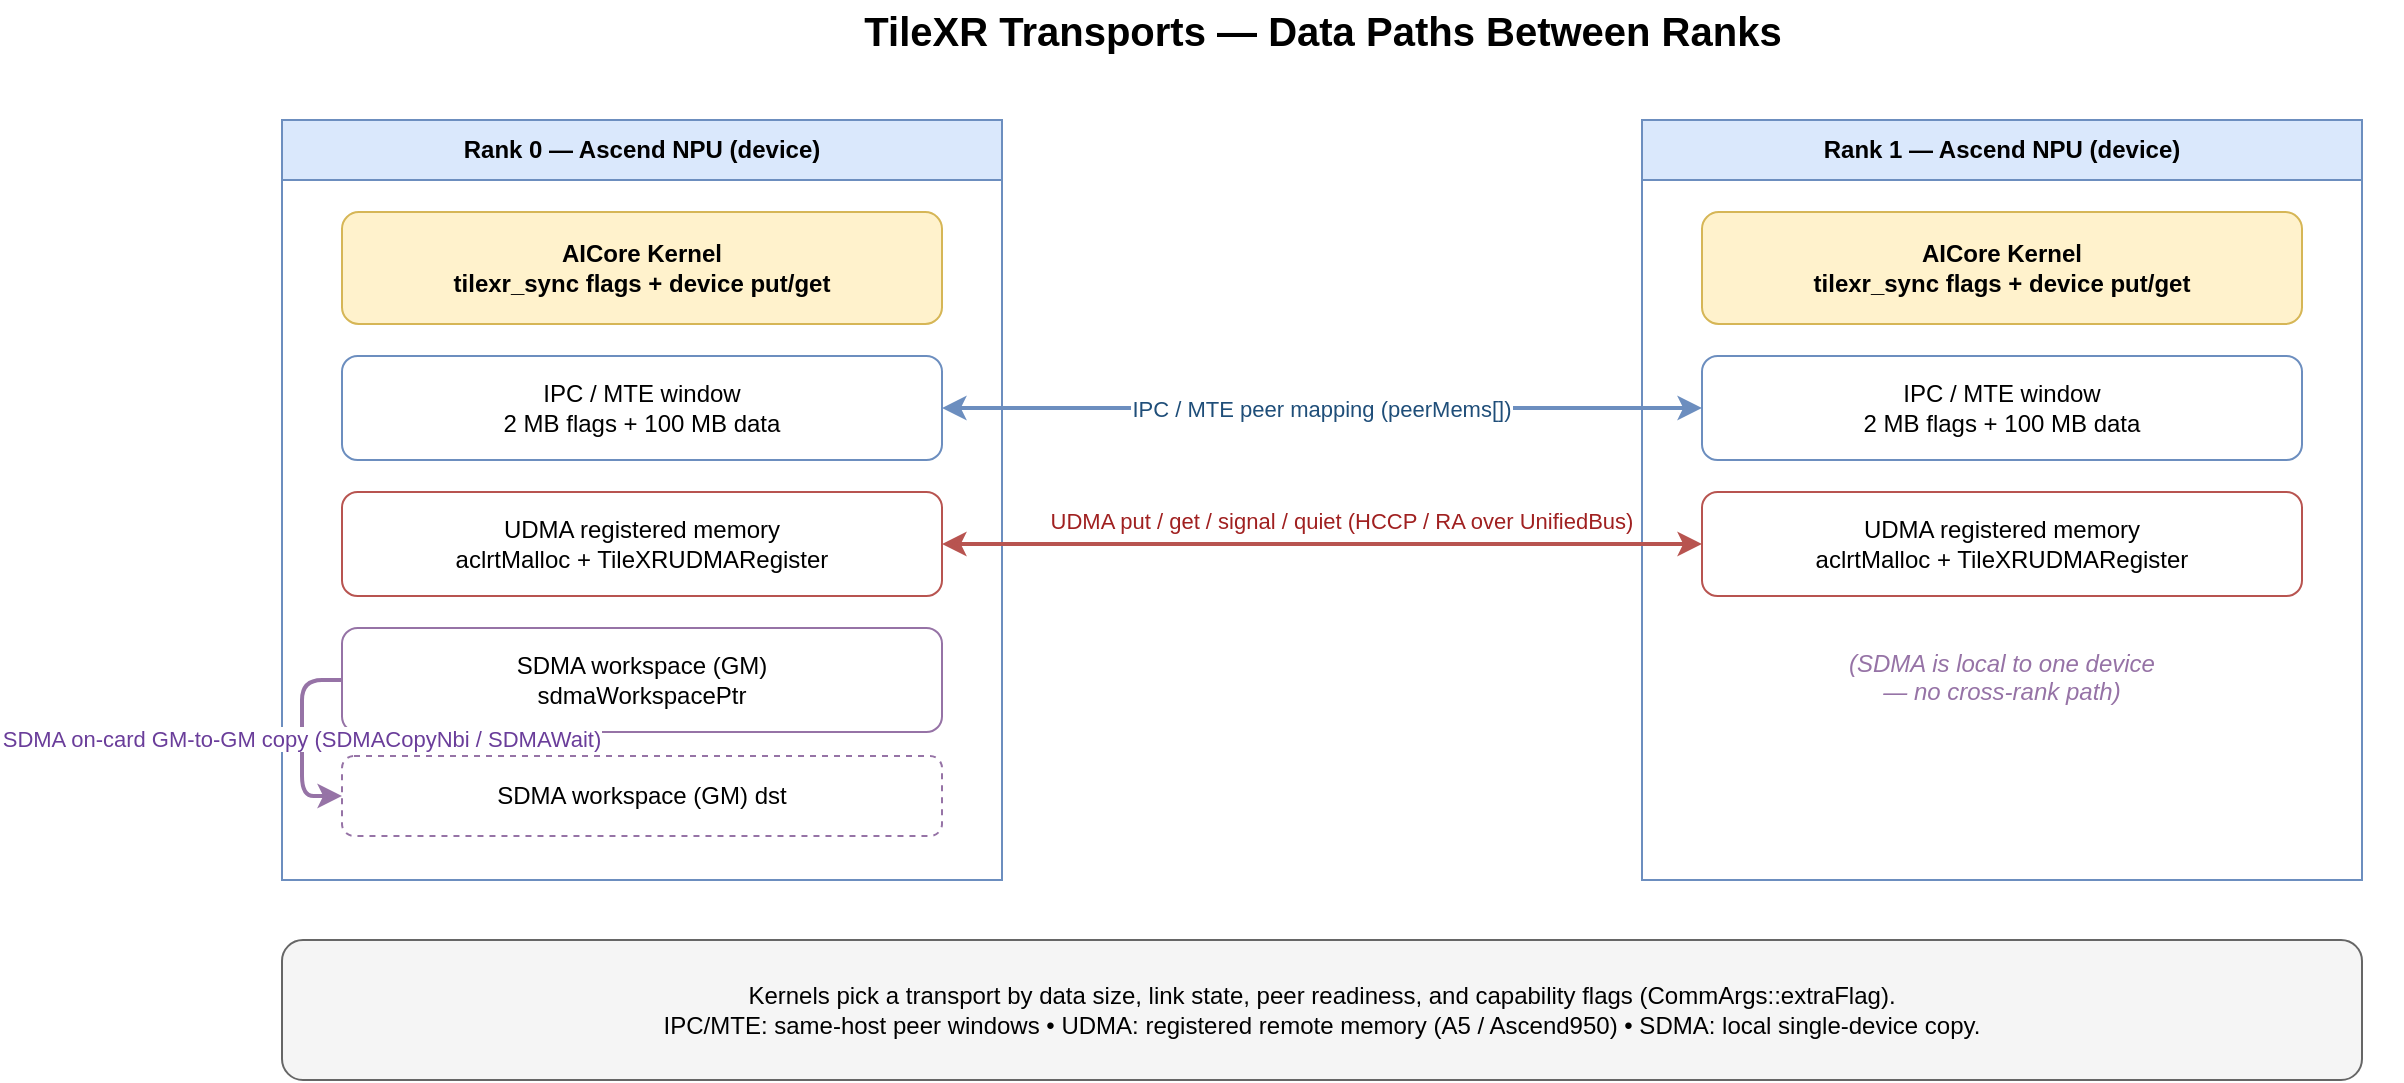
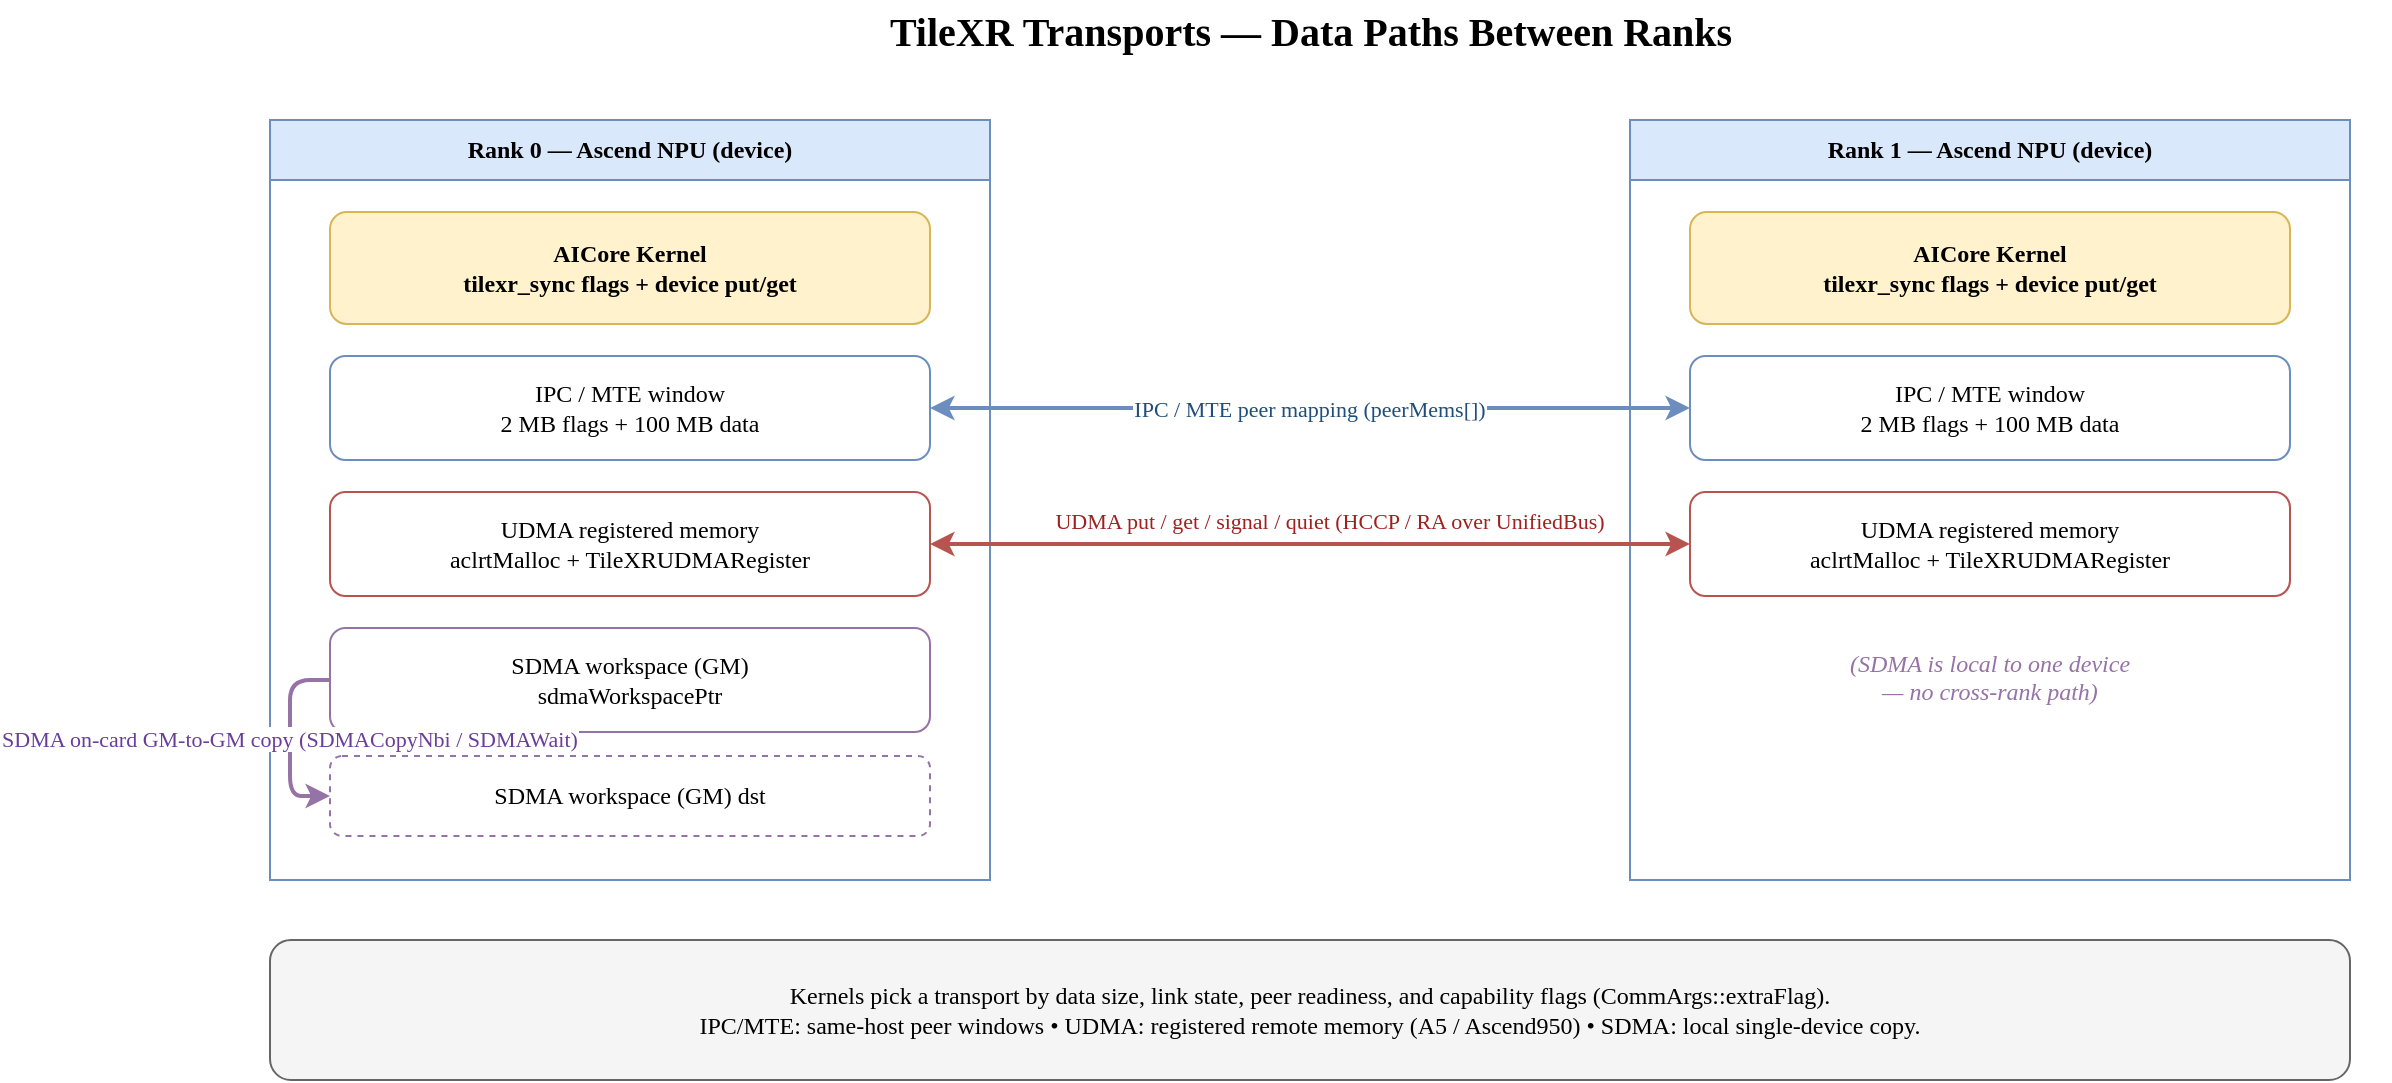
<mxfile host="Electron">
  <diagram id="LcsXoi0Xj4OfbS1yPQKF" name="第 1 页">
    <mxGraphModel dx="2228" dy="863" grid="1" gridSize="10" guides="1" tooltips="1" connect="1" arrows="1" fold="1" page="1" pageScale="1" pageWidth="1160" pageHeight="640" math="0" shadow="0">
      <root>
        <mxCell id="0" />
        <mxCell id="1" parent="0" />
-         <mxCell id="title" parent="1" style="text;html=1;align=center;verticalAlign=middle;fontSize=20;fontStyle=1;" value="TileXR Transports — Data Paths Between Ranks" vertex="1">
+         <mxCell id="title" parent="1" style="text;html=1;align=center;verticalAlign=middle;fontSize=20;fontStyle=1;fontFamily=Comic Sans MS;" value="TileXR Transports — Data Paths Between Ranks" vertex="1">
          <mxGeometry height="30" width="1080" x="40" y="10" as="geometry" />
        </mxCell>
-         <mxCell id="r0" parent="1" style="swimlane;startSize=30;fillColor=#dae8fc;strokeColor=#6c8ebf;fontStyle=1;whiteSpace=wrap;" value="Rank 0  —  Ascend NPU (device)" vertex="1">
+         <mxCell id="r0" parent="1" style="swimlane;startSize=30;fillColor=#dae8fc;strokeColor=#6c8ebf;fontStyle=1;whiteSpace=wrap;fontFamily=Comic Sans MS;" value="Rank 0  —  Ascend NPU (device)" vertex="1">
          <mxGeometry height="380" width="360" x="60" y="70" as="geometry" />
        </mxCell>
-         <mxCell id="r0k" parent="r0" style="rounded=1;whiteSpace=wrap;fillColor=#fff2cc;strokeColor=#d6b656;fontStyle=1;" value="AICore Kernel&#xa;tilexr_sync flags + device put/get" vertex="1">
+         <mxCell id="r0k" parent="r0" style="rounded=1;whiteSpace=wrap;fillColor=#fff2cc;strokeColor=#d6b656;fontStyle=1;fontFamily=Comic Sans MS;" value="AICore Kernel&#xa;tilexr_sync flags + device put/get" vertex="1">
          <mxGeometry height="56" width="300" x="30" y="46" as="geometry" />
        </mxCell>
-         <mxCell id="r0ipc" parent="r0" style="rounded=1;whiteSpace=wrap;fillColor=#ffffff;strokeColor=#6c8ebf;" value="IPC / MTE window&#xa;2 MB flags + 100 MB data" vertex="1">
+         <mxCell id="r0ipc" parent="r0" style="rounded=1;whiteSpace=wrap;fillColor=#ffffff;strokeColor=#6c8ebf;fontFamily=Comic Sans MS;" value="IPC / MTE window&#xa;2 MB flags + 100 MB data" vertex="1">
          <mxGeometry height="52" width="300" x="30" y="118" as="geometry" />
        </mxCell>
-         <mxCell id="r0udma" parent="r0" style="rounded=1;whiteSpace=wrap;fillColor=#ffffff;strokeColor=#b85450;" value="UDMA registered memory&#xa;aclrtMalloc + TileXRUDMARegister" vertex="1">
+         <mxCell id="r0udma" parent="r0" style="rounded=1;whiteSpace=wrap;fillColor=#ffffff;strokeColor=#b85450;fontFamily=Comic Sans MS;" value="UDMA registered memory&#xa;aclrtMalloc + TileXRUDMARegister" vertex="1">
          <mxGeometry height="52" width="300" x="30" y="186" as="geometry" />
        </mxCell>
-         <mxCell id="r0sdma" parent="r0" style="rounded=1;whiteSpace=wrap;fillColor=#ffffff;strokeColor=#9673a6;" value="SDMA workspace (GM)&#xa;sdmaWorkspacePtr" vertex="1">
+         <mxCell id="r0sdma" parent="r0" style="rounded=1;whiteSpace=wrap;fillColor=#ffffff;strokeColor=#9673a6;fontFamily=Comic Sans MS;" value="SDMA workspace (GM)&#xa;sdmaWorkspacePtr" vertex="1">
          <mxGeometry height="52" width="300" x="30" y="254" as="geometry" />
        </mxCell>
-         <mxCell id="r0sdma2" parent="r0" style="rounded=1;whiteSpace=wrap;fillColor=#ffffff;strokeColor=#9673a6;dashed=1;" value="SDMA workspace (GM) dst" vertex="1">
+         <mxCell id="r0sdma2" parent="r0" style="rounded=1;whiteSpace=wrap;fillColor=#ffffff;strokeColor=#9673a6;dashed=1;fontFamily=Comic Sans MS;" value="SDMA workspace (GM) dst" vertex="1">
          <mxGeometry height="40" width="300" x="30" y="318" as="geometry" />
        </mxCell>
-         <mxCell id="r1" parent="1" style="swimlane;startSize=30;fillColor=#dae8fc;strokeColor=#6c8ebf;fontStyle=1;whiteSpace=wrap;" value="Rank 1  —  Ascend NPU (device)" vertex="1">
+         <mxCell id="r1" parent="1" style="swimlane;startSize=30;fillColor=#dae8fc;strokeColor=#6c8ebf;fontStyle=1;whiteSpace=wrap;fontFamily=Comic Sans MS;" value="Rank 1  —  Ascend NPU (device)" vertex="1">
          <mxGeometry height="380" width="360" x="740" y="70" as="geometry" />
        </mxCell>
-         <mxCell id="r1k" parent="r1" style="rounded=1;whiteSpace=wrap;fillColor=#fff2cc;strokeColor=#d6b656;fontStyle=1;" value="AICore Kernel&#xa;tilexr_sync flags + device put/get" vertex="1">
+         <mxCell id="r1k" parent="r1" style="rounded=1;whiteSpace=wrap;fillColor=#fff2cc;strokeColor=#d6b656;fontStyle=1;fontFamily=Comic Sans MS;" value="AICore Kernel&#xa;tilexr_sync flags + device put/get" vertex="1">
          <mxGeometry height="56" width="300" x="30" y="46" as="geometry" />
        </mxCell>
-         <mxCell id="r1ipc" parent="r1" style="rounded=1;whiteSpace=wrap;fillColor=#ffffff;strokeColor=#6c8ebf;" value="IPC / MTE window&#xa;2 MB flags + 100 MB data" vertex="1">
+         <mxCell id="r1ipc" parent="r1" style="rounded=1;whiteSpace=wrap;fillColor=#ffffff;strokeColor=#6c8ebf;fontFamily=Comic Sans MS;" value="IPC / MTE window&#xa;2 MB flags + 100 MB data" vertex="1">
          <mxGeometry height="52" width="300" x="30" y="118" as="geometry" />
        </mxCell>
-         <mxCell id="r1udma" parent="r1" style="rounded=1;whiteSpace=wrap;fillColor=#ffffff;strokeColor=#b85450;" value="UDMA registered memory&#xa;aclrtMalloc + TileXRUDMARegister" vertex="1">
+         <mxCell id="r1udma" parent="r1" style="rounded=1;whiteSpace=wrap;fillColor=#ffffff;strokeColor=#b85450;fontFamily=Comic Sans MS;" value="UDMA registered memory&#xa;aclrtMalloc + TileXRUDMARegister" vertex="1">
          <mxGeometry height="52" width="300" x="30" y="186" as="geometry" />
        </mxCell>
-         <mxCell id="r1note" parent="r1" style="text;html=1;align=center;whiteSpace=wrap;fontColor=#9673a6;fontStyle=2;" value="(SDMA is local to one device&#xa;— no cross-rank path)" vertex="1">
+         <mxCell id="r1note" parent="r1" style="text;html=1;align=center;whiteSpace=wrap;fontColor=#9673a6;fontStyle=2;fontFamily=Comic Sans MS;" value="(SDMA is local to one device&#xa;— no cross-rank path)" vertex="1">
          <mxGeometry height="100" width="300" x="30" y="258" as="geometry" />
        </mxCell>
-         <mxCell id="eipc" edge="1" parent="1" source="r0ipc" style="rounded=1;startArrow=classic;endArrow=classic;strokeColor=#6c8ebf;strokeWidth=2;fontColor=#1f4e79;exitX=1;exitY=0.5;entryX=0;entryY=0.5;" target="r1ipc" value="IPC / MTE peer mapping (peerMems[])">
+         <mxCell id="eipc" edge="1" parent="1" source="r0ipc" style="rounded=1;startArrow=classic;endArrow=classic;strokeColor=#6c8ebf;strokeWidth=2;fontColor=#1f4e79;exitX=1;exitY=0.5;entryX=0;entryY=0.5;fontFamily=Comic Sans MS;" target="r1ipc" value="IPC / MTE peer mapping (peerMems[])">
          <mxGeometry relative="1" as="geometry" />
        </mxCell>
-         <mxCell id="eudma" edge="1" parent="1" source="r0udma" style="rounded=1;startArrow=classic;endArrow=classic;strokeColor=#b85450;strokeWidth=2;fontColor=#a02020;exitX=1;exitY=0.5;entryX=0;entryY=0.5;" target="r1udma" value="UDMA put / get / signal / quiet  (HCCP / RA over UnifiedBus)">
+         <mxCell id="eudma" edge="1" parent="1" source="r0udma" style="rounded=1;startArrow=classic;endArrow=classic;strokeColor=#b85450;strokeWidth=2;fontColor=#a02020;exitX=1;exitY=0.5;entryX=0;entryY=0.5;fontFamily=Comic Sans MS;" target="r1udma" value="UDMA put / get / signal / quiet  (HCCP / RA over UnifiedBus)">
          <mxGeometry relative="1" x="0.0526" y="12" as="geometry">
            <mxPoint as="offset" />
          </mxGeometry>
        </mxCell>
-         <mxCell id="esdma" edge="1" parent="1" source="r0sdma" style="edgeStyle=orthogonalEdgeStyle;rounded=1;endArrow=classic;strokeColor=#9673a6;strokeWidth=2;fontColor=#6a3d9a;exitX=0;exitY=0.5;entryX=0;entryY=0.5;" target="r0sdma2" value="SDMA on-card GM-to-GM copy (SDMACopyNbi / SDMAWait)">
+         <mxCell id="esdma" edge="1" parent="1" source="r0sdma" style="edgeStyle=orthogonalEdgeStyle;rounded=1;endArrow=classic;strokeColor=#9673a6;strokeWidth=2;fontColor=#6a3d9a;exitX=0;exitY=0.5;entryX=0;entryY=0.5;fontFamily=Comic Sans MS;" target="r0sdma2" value="SDMA on-card GM-to-GM copy (SDMACopyNbi / SDMAWait)">
          <mxGeometry relative="1" as="geometry">
            <Array as="points">
              <mxPoint x="70" y="350" />
              <mxPoint x="70" y="408" />
            </Array>
          </mxGeometry>
        </mxCell>
-         <mxCell id="sel" parent="1" style="rounded=1;whiteSpace=wrap;fillColor=#f5f5f5;strokeColor=#666666;align=center;" value="Kernels pick a transport by data size, link state, peer readiness, and capability flags (CommArgs::extraFlag).&#xa;IPC/MTE: same-host peer windows  •  UDMA: registered remote memory (A5 / Ascend950)  •  SDMA: local single-device copy." vertex="1">
+         <mxCell id="sel" parent="1" style="rounded=1;whiteSpace=wrap;fillColor=#f5f5f5;strokeColor=#666666;align=center;fontFamily=Comic Sans MS;" value="Kernels pick a transport by data size, link state, peer readiness, and capability flags (CommArgs::extraFlag).&#xa;IPC/MTE: same-host peer windows  •  UDMA: registered remote memory (A5 / Ascend950)  •  SDMA: local single-device copy." vertex="1">
          <mxGeometry height="70" width="1040" x="60" y="480" as="geometry" />
        </mxCell>
      </root>
    </mxGraphModel>
  </diagram>
</mxfile>
